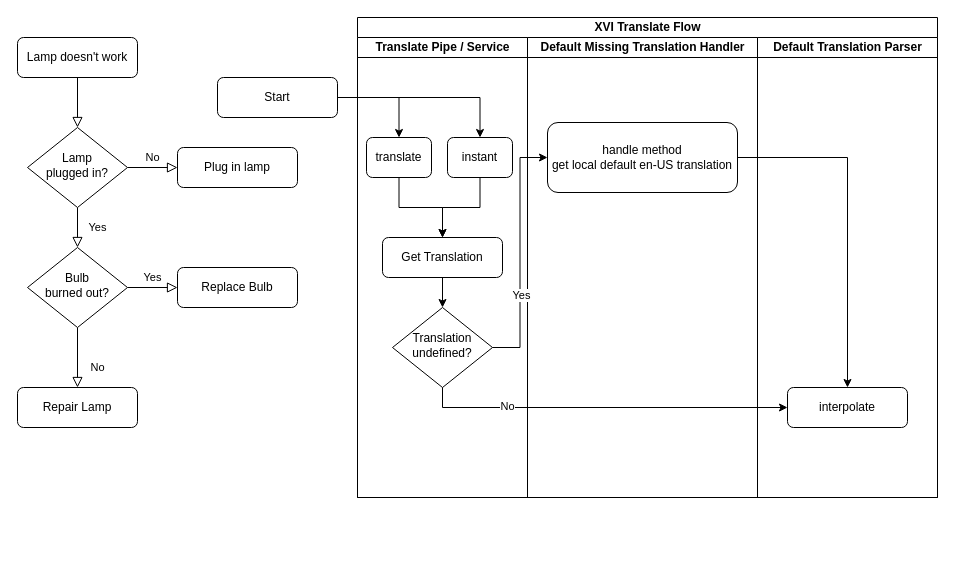
Before: XVI Translate Flow(translate).drawio in SmileSB1O1/draw-active, a draw.io diagram. Source tidied: cells renumbered, new cells numbered last; positions are measured from the earlier drawing's top-left corner, leaving out a move shared by most shapes. Both pictures are drawn from the tidied source at 100%, with x=0, y=0 at pixel (17, 17).
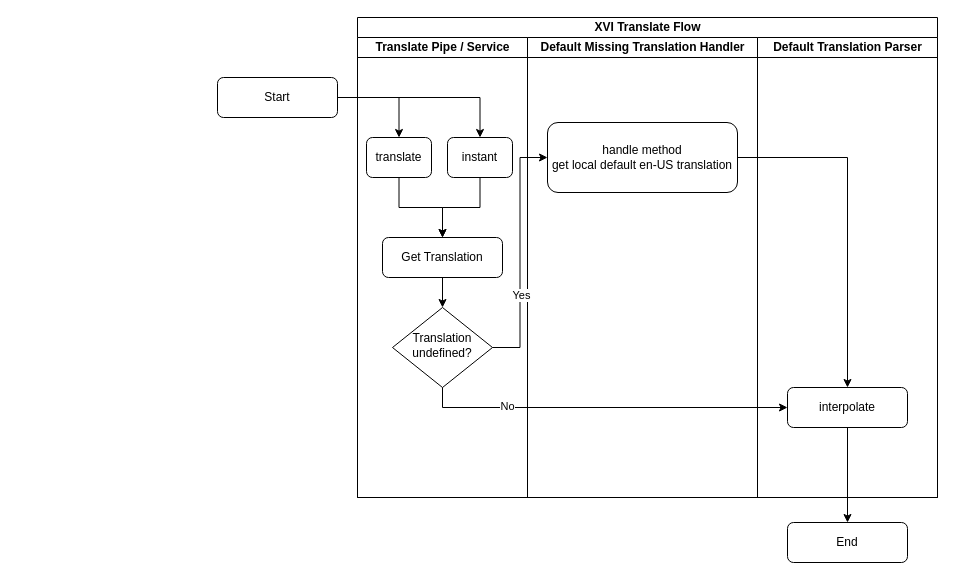
The same diagram, later.

Unchanged cells that the change refers to:
```xml
<mxCell id="25" value="interpolate" style="rounded=1;whiteSpace=wrap;html=1;fontSize=12;glass=0;strokeWidth=1;shadow=0;" parent="24" vertex="1">
  <mxGeometry x="30" y="350" width="120" height="40" as="geometry" />
</mxCell>
```

Diff of the diagram source:
```diff
@@
-    <mxCell id="2" style="rounded=0;html=1;jettySize=auto;fontSize=11;endArrow=block;endFill=0;endSize=8;strokeWidth=1;shadow=0;labelBackgroundColor=none;edgeStyle=orthogonalEdgeStyle;" parent="1" edge="1" source="3" target="6">
-      <mxGeometry relative="1" as="geometry" />
-    </mxCell>
-    <mxCell id="3" value="Lamp doesn't work" style="rounded=1;whiteSpace=wrap;html=1;fontSize=12;glass=0;strokeWidth=1;shadow=0;" parent="1" vertex="1">
-      <mxGeometry y="20" width="120" height="40" as="geometry" />
-    </mxCell>
-    <mxCell id="4" value="Yes" style="rounded=0;html=1;jettySize=auto;fontSize=11;endArrow=block;endFill=0;endSize=8;strokeWidth=1;shadow=0;labelBackgroundColor=none;edgeStyle=orthogonalEdgeStyle;" parent="1" edge="1" source="6" target="10">
-      <mxGeometry y="20" relative="1" as="geometry" />
-    </mxCell>
-    <mxCell id="5" value="No" style="edgeStyle=orthogonalEdgeStyle;rounded=0;html=1;jettySize=auto;fontSize=11;endArrow=block;endFill=0;endSize=8;strokeWidth=1;shadow=0;labelBackgroundColor=none;" parent="1" edge="1" source="6" target="7">
-      <mxGeometry y="10" relative="1" as="geometry" />
-    </mxCell>
-    <mxCell id="6" value="Lamp&lt;br&gt;plugged in?" style="rhombus;whiteSpace=wrap;html=1;shadow=0;fontFamily=Helvetica;fontSize=12;align=center;strokeWidth=1;spacing=6;spacingTop=-4;" parent="1" vertex="1">
-      <mxGeometry x="10" y="110" width="100" height="80" as="geometry" />
-    </mxCell>
-    <mxCell id="7" value="Plug in lamp" style="rounded=1;whiteSpace=wrap;html=1;fontSize=12;glass=0;strokeWidth=1;shadow=0;" parent="1" vertex="1">
-      <mxGeometry x="160" y="130" width="120" height="40" as="geometry" />
-    </mxCell>
-    <mxCell id="8" value="No" style="rounded=0;html=1;jettySize=auto;fontSize=11;endArrow=block;endFill=0;endSize=8;strokeWidth=1;shadow=0;labelBackgroundColor=none;edgeStyle=orthogonalEdgeStyle;" parent="1" edge="1" source="10" target="11">
-      <mxGeometry x="0.33" y="20" relative="1" as="geometry" />
-    </mxCell>
-    <mxCell id="9" value="Yes" style="edgeStyle=orthogonalEdgeStyle;rounded=0;html=1;jettySize=auto;fontSize=11;endArrow=block;endFill=0;endSize=8;strokeWidth=1;shadow=0;labelBackgroundColor=none;" parent="1" edge="1" source="10" target="12">
-      <mxGeometry y="10" relative="1" as="geometry" />
-    </mxCell>
-    <mxCell id="10" value="Bulb&lt;br&gt;burned out?" style="rhombus;whiteSpace=wrap;html=1;shadow=0;fontFamily=Helvetica;fontSize=12;align=center;strokeWidth=1;spacing=6;spacingTop=-4;" parent="1" vertex="1">
-      <mxGeometry x="10" y="230" width="100" height="80" as="geometry" />
-    </mxCell>
-    <mxCell id="11" value="Repair Lamp" style="rounded=1;whiteSpace=wrap;html=1;fontSize=12;glass=0;strokeWidth=1;shadow=0;" parent="1" vertex="1">
-      <mxGeometry y="370" width="120" height="40" as="geometry" />
-    </mxCell>
-    <mxCell id="12" value="Replace Bulb" style="rounded=1;whiteSpace=wrap;html=1;fontSize=12;glass=0;strokeWidth=1;shadow=0;" parent="1" vertex="1">
-      <mxGeometry x="160" y="250" width="120" height="40" as="geometry" />
-    </mxCell>
@@
+    <mxCell id="34" value="End" style="rounded=1;whiteSpace=wrap;html=1;fontSize=12;glass=0;strokeWidth=1;shadow=0;" parent="1" vertex="1">
+      <mxGeometry x="770" y="505" width="120" height="40" as="geometry" />
+    </mxCell>
+    <mxCell id="35" style="edgeStyle=orthogonalEdgeStyle;rounded=0;jettySize=auto;html=1;exitX=0.5;exitY=1;exitDx=0;exitDy=0;" parent="1" edge="1" source="25" target="34">
+      <mxGeometry relative="1" as="geometry" />
+    </mxCell>
```
